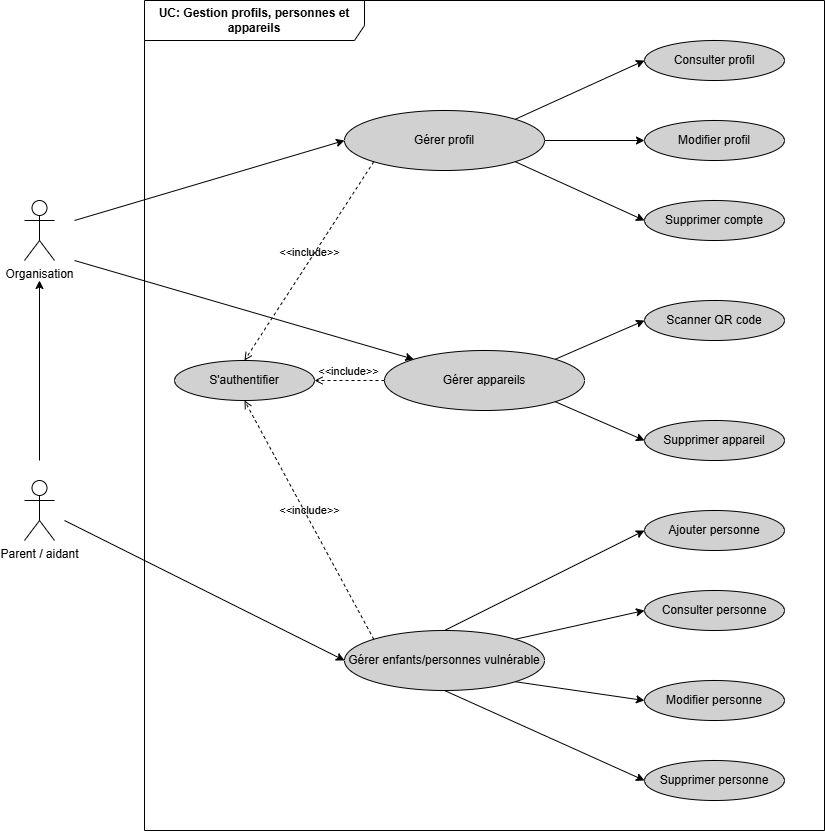
Before: images/UC_sprint2.png, a diagram exported from draw.io (Hadil-fk/SafeTrack-rapport). Source tidied: cells renumbered, new cells last; positions are measured from the earlier drawing's top-left corner, leaving out a move shared by most shapes. The source it was exported from:
```xml
<mxGraphModel>
  <root>
    <mxCell id="0" />
    <mxCell id="1" parent="0" />
    <mxCell id="2" value="Organisation" style="shape=umlActor;verticalLabelPosition=bottom;verticalAlign=top;html=1;" parent="1" vertex="1">
      <mxGeometry y="200" width="30" height="60" as="geometry" />
    </mxCell>
    <mxCell id="3" value="&lt;b&gt;UC: Gestion profils, personnes et appareils&lt;/b&gt;" style="shape=umlFrame;whiteSpace=wrap;html=1;width=220;height=40;" parent="1" vertex="1">
      <mxGeometry x="120" width="680" height="830" as="geometry" />
    </mxCell>
    <mxCell id="4" value="Consulter personne" style="ellipse;whiteSpace=wrap;html=1;fillColor=#D1D1D1;" parent="1" vertex="1">
      <mxGeometry x="620" y="590" width="140" height="40" as="geometry" />
    </mxCell>
    <mxCell id="5" value="Modifier personne" style="ellipse;whiteSpace=wrap;html=1;fillColor=#D1D1D1;" parent="1" vertex="1">
      <mxGeometry x="620" y="680" width="140" height="40" as="geometry" />
    </mxCell>
    <mxCell id="6" value="Supprimer personne" style="ellipse;whiteSpace=wrap;html=1;fillColor=#D1D1D1;" parent="1" vertex="1">
      <mxGeometry x="620" y="760" width="140" height="40" as="geometry" />
    </mxCell>
    <mxCell id="7" value="S'authentifier" style="ellipse;whiteSpace=wrap;html=1;fillColor=#D1D1D1;" parent="1" vertex="1">
      <mxGeometry x="150" y="360" width="140" height="40" as="geometry" />
    </mxCell>
    <mxCell id="8" style="rounded=0;jettySize=auto;html=1;exitX=0.5;exitY=0;exitDx=0;exitDy=0;entryX=0;entryY=0.5;entryDx=0;entryDy=0;" parent="1" edge="1" source="14" target="25">
      <mxGeometry relative="1" as="geometry" />
    </mxCell>
    <mxCell id="9" style="rounded=0;jettySize=auto;html=1;exitX=1;exitY=0;exitDx=0;exitDy=0;entryX=0;entryY=0.5;entryDx=0;entryDy=0;" parent="1" edge="1" source="14" target="4">
      <mxGeometry relative="1" as="geometry" />
    </mxCell>
    <mxCell id="10" style="rounded=0;jettySize=auto;html=1;exitX=1;exitY=1;exitDx=0;exitDy=0;entryX=0;entryY=0.5;entryDx=0;entryDy=0;" parent="1" edge="1" source="14" target="5">
      <mxGeometry relative="1" as="geometry" />
    </mxCell>
    <mxCell id="11" style="rounded=0;jettySize=auto;html=1;exitX=0.5;exitY=1;exitDx=0;exitDy=0;entryX=0;entryY=0.5;entryDx=0;entryDy=0;" parent="1" edge="1" source="14" target="6">
      <mxGeometry relative="1" as="geometry" />
    </mxCell>
    <mxCell id="12" style="rounded=0;jettySize=auto;html=1;exitX=0;exitY=0;exitDx=0;exitDy=0;startArrow=classic;startFill=1;endArrow=none;endFill=0;" parent="1" edge="1" source="22">
      <mxGeometry relative="1" as="geometry">
        <mxPoint x="50" y="260" as="targetPoint" />
      </mxGeometry>
    </mxCell>
    <mxCell id="13" style="rounded=0;jettySize=auto;html=1;exitX=0;exitY=0.5;exitDx=0;exitDy=0;startArrow=classic;startFill=1;endArrow=none;endFill=0;" parent="1" edge="1" source="14">
      <mxGeometry relative="1" as="geometry">
        <mxPoint x="40" y="520" as="targetPoint" />
      </mxGeometry>
    </mxCell>
    <mxCell id="14" value="Gérer enfants/personnes vulnérable" style="ellipse;whiteSpace=wrap;html=1;fillColor=#D1D1D1;" parent="1" vertex="1">
      <mxGeometry x="320" y="630" width="200" height="60" as="geometry" />
    </mxCell>
    <mxCell id="15" style="rounded=0;jettySize=auto;html=1;exitX=1;exitY=0;exitDx=0;exitDy=0;entryX=0;entryY=0.5;entryDx=0;entryDy=0;" parent="1" edge="1" source="19" target="23">
      <mxGeometry relative="1" as="geometry" />
    </mxCell>
    <mxCell id="16" style="rounded=0;jettySize=auto;html=1;exitX=1;exitY=0.5;exitDx=0;exitDy=0;entryX=0;entryY=0.5;entryDx=0;entryDy=0;" parent="1" edge="1" source="19" target="24">
      <mxGeometry relative="1" as="geometry" />
    </mxCell>
    <mxCell id="17" style="rounded=0;jettySize=auto;html=1;exitX=1;exitY=1;exitDx=0;exitDy=0;entryX=0;entryY=0.5;entryDx=0;entryDy=0;" parent="1" edge="1" source="19" target="26">
      <mxGeometry relative="1" as="geometry" />
    </mxCell>
    <mxCell id="18" style="rounded=0;jettySize=auto;html=1;exitX=0;exitY=0.5;exitDx=0;exitDy=0;endArrow=none;endFill=0;startArrow=classic;startFill=1;" parent="1" edge="1" source="19">
      <mxGeometry relative="1" as="geometry">
        <mxPoint x="50" y="220" as="targetPoint" />
      </mxGeometry>
    </mxCell>
    <mxCell id="19" value="Gérer profil" style="ellipse;whiteSpace=wrap;html=1;fillColor=#D1D1D1;" parent="1" vertex="1">
      <mxGeometry x="320" y="110" width="200" height="60" as="geometry" />
    </mxCell>
    <mxCell id="20" style="rounded=0;jettySize=auto;html=1;exitX=1;exitY=0;exitDx=0;exitDy=0;entryX=0;entryY=0.5;entryDx=0;entryDy=0;" parent="1" edge="1" source="22" target="27">
      <mxGeometry relative="1" as="geometry" />
    </mxCell>
    <mxCell id="21" style="rounded=0;jettySize=auto;html=1;exitX=1;exitY=1;exitDx=0;exitDy=0;entryX=0;entryY=0.5;entryDx=0;entryDy=0;" parent="1" edge="1" source="22" target="28">
      <mxGeometry relative="1" as="geometry" />
    </mxCell>
    <mxCell id="22" value="Gérer appareils" style="ellipse;whiteSpace=wrap;html=1;fillColor=#D1D1D1;" parent="1" vertex="1">
      <mxGeometry x="360" y="350" width="200" height="60" as="geometry" />
    </mxCell>
    <mxCell id="23" value="Consulter profil" style="ellipse;whiteSpace=wrap;html=1;fillColor=#D1D1D1;" parent="1" vertex="1">
      <mxGeometry x="620" y="40" width="140" height="40" as="geometry" />
    </mxCell>
    <mxCell id="24" value="Modifier profil" style="ellipse;whiteSpace=wrap;html=1;fillColor=#D1D1D1;" parent="1" vertex="1">
      <mxGeometry x="620" y="120" width="140" height="40" as="geometry" />
    </mxCell>
    <mxCell id="25" value="Ajouter personne" style="ellipse;whiteSpace=wrap;html=1;fillColor=#D1D1D1;" parent="1" vertex="1">
      <mxGeometry x="620" y="510" width="140" height="40" as="geometry" />
    </mxCell>
    <mxCell id="26" value="Supprimer compte" style="ellipse;whiteSpace=wrap;html=1;fillColor=#D1D1D1;" parent="1" vertex="1">
      <mxGeometry x="620" y="200" width="140" height="40" as="geometry" />
    </mxCell>
    <mxCell id="27" value="Scanner QR code" style="ellipse;whiteSpace=wrap;html=1;fillColor=#D1D1D1;" parent="1" vertex="1">
      <mxGeometry x="620" y="300" width="140" height="40" as="geometry" />
    </mxCell>
    <mxCell id="28" value="Supprimer appareil" style="ellipse;whiteSpace=wrap;html=1;fillColor=#D1D1D1;" parent="1" vertex="1">
      <mxGeometry x="620" y="420" width="140" height="40" as="geometry" />
    </mxCell>
    <mxCell id="29" value="&amp;lt;&amp;lt;include&amp;gt;&amp;gt;" style="html=1;verticalAlign=bottom;labelBackgroundColor=none;endArrow=open;endFill=0;dashed=1;rounded=0;exitX=0;exitY=1;exitDx=0;exitDy=0;entryX=0.5;entryY=0;entryDx=0;entryDy=0;" parent="1" edge="1" source="19" target="7">
      <mxGeometry relative="1" as="geometry" />
    </mxCell>
    <mxCell id="30" value="&amp;lt;&amp;lt;include&amp;gt;&amp;gt;" style="html=1;verticalAlign=bottom;labelBackgroundColor=none;endArrow=open;endFill=0;dashed=1;rounded=0;entryX=1;entryY=0.5;entryDx=0;entryDy=0;" parent="1" edge="1" target="7">
      <mxGeometry relative="1" as="geometry">
        <mxPoint x="360" y="380" as="sourcePoint" />
      </mxGeometry>
    </mxCell>
    <mxCell id="31" value="&amp;lt;&amp;lt;include&amp;gt;&amp;gt;" style="html=1;verticalAlign=bottom;labelBackgroundColor=none;endArrow=open;endFill=0;dashed=1;rounded=0;exitX=0;exitY=0;exitDx=0;exitDy=0;entryX=0.5;entryY=1;entryDx=0;entryDy=0;" parent="1" edge="1" source="14" target="7">
      <mxGeometry relative="1" as="geometry" />
    </mxCell>
    <mxCell id="32" style="edgeStyle=orthogonalEdgeStyle;rounded=0;orthogonalLoop=1;jettySize=auto;html=1;" parent="1" edge="1">
      <mxGeometry relative="1" as="geometry">
        <mxPoint x="15" y="460" as="sourcePoint" />
        <mxPoint x="15" y="280" as="targetPoint" />
      </mxGeometry>
    </mxCell>
    <mxCell id="33" value="Parent / aidant" style="shape=umlActor;verticalLabelPosition=bottom;verticalAlign=top;html=1;" parent="1" vertex="1">
      <mxGeometry y="480" width="30" height="60" as="geometry" />
    </mxCell>
  </root>
</mxGraphModel>
```
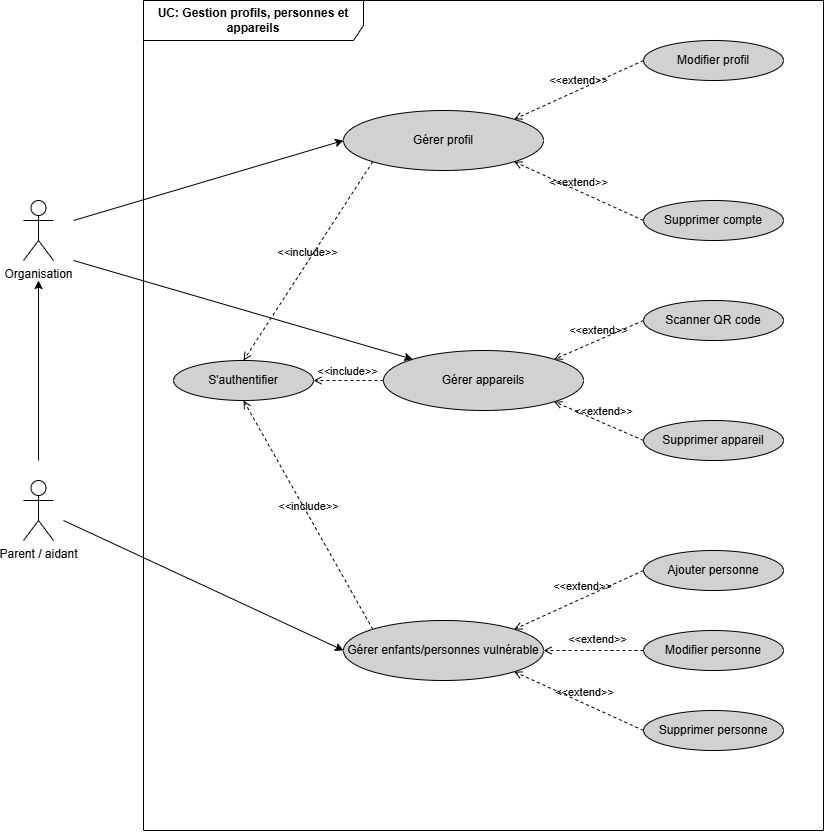
After the commit.

Change to the diagram source:
```diff
@@ -8,77 +8,44 @@
     <mxCell id="3" value="&lt;b&gt;UC: Gestion profils, personnes et appareils&lt;/b&gt;" style="shape=umlFrame;whiteSpace=wrap;html=1;width=220;height=40;" parent="1" vertex="1">
       <mxGeometry x="120" width="680" height="830" as="geometry" />
     </mxCell>
-    <mxCell id="4" value="Consulter personne" style="ellipse;whiteSpace=wrap;html=1;fillColor=#D1D1D1;" parent="1" vertex="1">
-      <mxGeometry x="620" y="590" width="140" height="40" as="geometry" />
-    </mxCell>
     <mxCell id="5" value="Modifier personne" style="ellipse;whiteSpace=wrap;html=1;fillColor=#D1D1D1;" parent="1" vertex="1">
-      <mxGeometry x="620" y="680" width="140" height="40" as="geometry" />
+      <mxGeometry x="620" y="630" width="140" height="40" as="geometry" />
     </mxCell>
     <mxCell id="6" value="Supprimer personne" style="ellipse;whiteSpace=wrap;html=1;fillColor=#D1D1D1;" parent="1" vertex="1">
-      <mxGeometry x="620" y="760" width="140" height="40" as="geometry" />
+      <mxGeometry x="620" y="710" width="140" height="40" as="geometry" />
     </mxCell>
     <mxCell id="7" value="S'authentifier" style="ellipse;whiteSpace=wrap;html=1;fillColor=#D1D1D1;" parent="1" vertex="1">
       <mxGeometry x="150" y="360" width="140" height="40" as="geometry" />
     </mxCell>
-    <mxCell id="8" style="rounded=0;jettySize=auto;html=1;exitX=0.5;exitY=0;exitDx=0;exitDy=0;entryX=0;entryY=0.5;entryDx=0;entryDy=0;" parent="1" edge="1" source="14" target="25">
-      <mxGeometry relative="1" as="geometry" />
-    </mxCell>
-    <mxCell id="9" style="rounded=0;jettySize=auto;html=1;exitX=1;exitY=0;exitDx=0;exitDy=0;entryX=0;entryY=0.5;entryDx=0;entryDy=0;" parent="1" edge="1" source="14" target="4">
-      <mxGeometry relative="1" as="geometry" />
-    </mxCell>
-    <mxCell id="10" style="rounded=0;jettySize=auto;html=1;exitX=1;exitY=1;exitDx=0;exitDy=0;entryX=0;entryY=0.5;entryDx=0;entryDy=0;" parent="1" edge="1" source="14" target="5">
-      <mxGeometry relative="1" as="geometry" />
-    </mxCell>
-    <mxCell id="11" style="rounded=0;jettySize=auto;html=1;exitX=0.5;exitY=1;exitDx=0;exitDy=0;entryX=0;entryY=0.5;entryDx=0;entryDy=0;" parent="1" edge="1" source="14" target="6">
-      <mxGeometry relative="1" as="geometry" />
-    </mxCell>
-    <mxCell id="12" style="rounded=0;jettySize=auto;html=1;exitX=0;exitY=0;exitDx=0;exitDy=0;startArrow=classic;startFill=1;endArrow=none;endFill=0;" parent="1" edge="1" source="22">
-      <mxGeometry relative="1" as="geometry">
-        <mxPoint x="50" y="260" as="targetPoint" />
-      </mxGeometry>
-    </mxCell>
-    <mxCell id="13" style="rounded=0;jettySize=auto;html=1;exitX=0;exitY=0.5;exitDx=0;exitDy=0;startArrow=classic;startFill=1;endArrow=none;endFill=0;" parent="1" edge="1" source="14">
-      <mxGeometry relative="1" as="geometry">
-        <mxPoint x="40" y="520" as="targetPoint" />
-      </mxGeometry>
-    </mxCell>
+    <mxCell id="34" style="rounded=0;jettySize=auto;html=1;exitX=0;exitY=0;exitDx=0;exitDy=0;startArrow=classic;startFill=1;endArrow=none;endFill=0;" parent="1" edge="1" source="22">
+      <mxGeometry relative="1" as="geometry">
+        <mxPoint x="50" y="260" as="targetPoint" />
+      </mxGeometry>
+    </mxCell>
+    <mxCell id="35" style="rounded=0;jettySize=auto;html=1;exitX=0;exitY=0.5;exitDx=0;exitDy=0;startArrow=classic;startFill=1;endArrow=none;endFill=0;" parent="1" edge="1" source="14">
+      <mxGeometry relative="1" as="geometry">
+        <mxPoint x="40" y="520" as="targetPoint" />
+      </mxGeometry>
+    </mxCell>
     <mxCell id="14" value="Gérer enfants/personnes vulnérable" style="ellipse;whiteSpace=wrap;html=1;fillColor=#D1D1D1;" parent="1" vertex="1">
-      <mxGeometry x="320" y="630" width="200" height="60" as="geometry" />
+      <mxGeometry x="320" y="620" width="200" height="60" as="geometry" />
     </mxCell>
-    <mxCell id="15" style="rounded=0;jettySize=auto;html=1;exitX=1;exitY=0;exitDx=0;exitDy=0;entryX=0;entryY=0.5;entryDx=0;entryDy=0;" parent="1" edge="1" source="19" target="23">
-      <mxGeometry relative="1" as="geometry" />
-    </mxCell>
-    <mxCell id="16" style="rounded=0;jettySize=auto;html=1;exitX=1;exitY=0.5;exitDx=0;exitDy=0;entryX=0;entryY=0.5;entryDx=0;entryDy=0;" parent="1" edge="1" source="19" target="24">
-      <mxGeometry relative="1" as="geometry" />
-    </mxCell>
-    <mxCell id="17" style="rounded=0;jettySize=auto;html=1;exitX=1;exitY=1;exitDx=0;exitDy=0;entryX=0;entryY=0.5;entryDx=0;entryDy=0;" parent="1" edge="1" source="19" target="26">
-      <mxGeometry relative="1" as="geometry" />
-    </mxCell>
-    <mxCell id="18" style="rounded=0;jettySize=auto;html=1;exitX=0;exitY=0.5;exitDx=0;exitDy=0;endArrow=none;endFill=0;startArrow=classic;startFill=1;" parent="1" edge="1" source="19">
-      <mxGeometry relative="1" as="geometry">
-        <mxPoint x="50" y="220" as="targetPoint" />
-      </mxGeometry>
-    </mxCell>
+    <mxCell id="36" style="rounded=0;jettySize=auto;html=1;exitX=0;exitY=0.5;exitDx=0;exitDy=0;endArrow=none;endFill=0;startArrow=classic;startFill=1;" parent="1" edge="1" source="19">
+      <mxGeometry relative="1" as="geometry">
+        <mxPoint x="50" y="220" as="targetPoint" />
+      </mxGeometry>
+    </mxCell>
     <mxCell id="19" value="Gérer profil" style="ellipse;whiteSpace=wrap;html=1;fillColor=#D1D1D1;" parent="1" vertex="1">
       <mxGeometry x="320" y="110" width="200" height="60" as="geometry" />
     </mxCell>
-    <mxCell id="20" style="rounded=0;jettySize=auto;html=1;exitX=1;exitY=0;exitDx=0;exitDy=0;entryX=0;entryY=0.5;entryDx=0;entryDy=0;" parent="1" edge="1" source="22" target="27">
-      <mxGeometry relative="1" as="geometry" />
-    </mxCell>
-    <mxCell id="21" style="rounded=0;jettySize=auto;html=1;exitX=1;exitY=1;exitDx=0;exitDy=0;entryX=0;entryY=0.5;entryDx=0;entryDy=0;" parent="1" edge="1" source="22" target="28">
-      <mxGeometry relative="1" as="geometry" />
-    </mxCell>
     <mxCell id="22" value="Gérer appareils" style="ellipse;whiteSpace=wrap;html=1;fillColor=#D1D1D1;" parent="1" vertex="1">
       <mxGeometry x="360" y="350" width="200" height="60" as="geometry" />
     </mxCell>
-    <mxCell id="23" value="Consulter profil" style="ellipse;whiteSpace=wrap;html=1;fillColor=#D1D1D1;" parent="1" vertex="1">
-      <mxGeometry x="620" y="40" width="140" height="40" as="geometry" />
-    </mxCell>
     <mxCell id="24" value="Modifier profil" style="ellipse;whiteSpace=wrap;html=1;fillColor=#D1D1D1;" parent="1" vertex="1">
-      <mxGeometry x="620" y="120" width="140" height="40" as="geometry" />
+      <mxGeometry x="620" y="40" width="140" height="40" as="geometry" />
     </mxCell>
     <mxCell id="25" value="Ajouter personne" style="ellipse;whiteSpace=wrap;html=1;fillColor=#D1D1D1;" parent="1" vertex="1">
-      <mxGeometry x="620" y="510" width="140" height="40" as="geometry" />
+      <mxGeometry x="620" y="550" width="140" height="40" as="geometry" />
     </mxCell>
     <mxCell id="26" value="Supprimer compte" style="ellipse;whiteSpace=wrap;html=1;fillColor=#D1D1D1;" parent="1" vertex="1">
       <mxGeometry x="620" y="200" width="140" height="40" as="geometry" />
@@ -100,14 +67,37 @@
     <mxCell id="31" value="&amp;lt;&amp;lt;include&amp;gt;&amp;gt;" style="html=1;verticalAlign=bottom;labelBackgroundColor=none;endArrow=open;endFill=0;dashed=1;rounded=0;exitX=0;exitY=0;exitDx=0;exitDy=0;entryX=0.5;entryY=1;entryDx=0;entryDy=0;" parent="1" edge="1" source="14" target="7">
       <mxGeometry relative="1" as="geometry" />
     </mxCell>
-    <mxCell id="32" style="edgeStyle=orthogonalEdgeStyle;rounded=0;orthogonalLoop=1;jettySize=auto;html=1;" parent="1" edge="1">
-      <mxGeometry relative="1" as="geometry">
-        <mxPoint x="15" y="460" as="sourcePoint" />
-        <mxPoint x="15" y="280" as="targetPoint" />
-      </mxGeometry>
-    </mxCell>
+    <mxCell id="37" style="edgeStyle=orthogonalEdgeStyle;rounded=0;orthogonalLoop=1;jettySize=auto;html=1;" parent="1" edge="1">
+      <mxGeometry relative="1" as="geometry">
+        <mxPoint x="15" y="460" as="sourcePoint" />
+        <mxPoint x="15" y="280" as="targetPoint" />
+      </mxGeometry>
+    </mxCell>
     <mxCell id="33" value="Parent / aidant" style="shape=umlActor;verticalLabelPosition=bottom;verticalAlign=top;html=1;" parent="1" vertex="1">
       <mxGeometry y="480" width="30" height="60" as="geometry" />
     </mxCell>
+    <mxCell id="38" value="&amp;lt;&amp;lt;extend&amp;gt;&amp;gt;" style="html=1;verticalAlign=bottom;labelBackgroundColor=none;endArrow=open;endFill=0;dashed=1;rounded=0;entryX=1;entryY=0;entryDx=0;entryDy=0;exitX=0;exitY=0.5;exitDx=0;exitDy=0;" parent="1" edge="1" target="19">
+      <mxGeometry relative="1" as="geometry">
+        <mxPoint x="620" y="60" as="sourcePoint" />
+      </mxGeometry>
+    </mxCell>
+    <mxCell id="39" value="&amp;lt;&amp;lt;extend&amp;gt;&amp;gt;" style="html=1;verticalAlign=bottom;labelBackgroundColor=none;endArrow=open;endFill=0;dashed=1;rounded=0;entryX=1;entryY=1;entryDx=0;entryDy=0;exitX=0;exitY=0.5;exitDx=0;exitDy=0;" parent="1" edge="1" source="26" target="19">
+      <mxGeometry relative="1" as="geometry" />
+    </mxCell>
+    <mxCell id="40" value="&amp;lt;&amp;lt;extend&amp;gt;&amp;gt;" style="html=1;verticalAlign=bottom;labelBackgroundColor=none;endArrow=open;endFill=0;dashed=1;rounded=0;entryX=1;entryY=1;entryDx=0;entryDy=0;exitX=0;exitY=0.5;exitDx=0;exitDy=0;" parent="1" edge="1" source="28" target="22">
+      <mxGeometry x="-0.08" y="-2" relative="1" as="geometry" />
+    </mxCell>
+    <mxCell id="41" value="&amp;lt;&amp;lt;extend&amp;gt;&amp;gt;" style="html=1;verticalAlign=bottom;labelBackgroundColor=none;endArrow=open;endFill=0;dashed=1;rounded=0;entryX=1;entryY=0;entryDx=0;entryDy=0;exitX=0;exitY=0.5;exitDx=0;exitDy=0;" parent="1" edge="1" source="27" target="22">
+      <mxGeometry relative="1" as="geometry" />
+    </mxCell>
+    <mxCell id="42" value="&amp;lt;&amp;lt;extend&amp;gt;&amp;gt;" style="html=1;verticalAlign=bottom;labelBackgroundColor=none;endArrow=open;endFill=0;dashed=1;rounded=0;entryX=1;entryY=0;entryDx=0;entryDy=0;exitX=0;exitY=0.5;exitDx=0;exitDy=0;" parent="1" edge="1" source="25" target="14">
+      <mxGeometry x="-0.08" y="-2" relative="1" as="geometry" />
+    </mxCell>
+    <mxCell id="43" value="&amp;lt;&amp;lt;extend&amp;gt;&amp;gt;" style="html=1;verticalAlign=bottom;labelBackgroundColor=none;endArrow=open;endFill=0;dashed=1;rounded=0;entryX=1;entryY=0.5;entryDx=0;entryDy=0;exitX=0;exitY=0.5;exitDx=0;exitDy=0;" parent="1" edge="1" source="5" target="14">
+      <mxGeometry x="-0.08" y="-2" relative="1" as="geometry" />
+    </mxCell>
+    <mxCell id="44" value="&amp;lt;&amp;lt;extend&amp;gt;&amp;gt;" style="html=1;verticalAlign=bottom;labelBackgroundColor=none;endArrow=open;endFill=0;dashed=1;rounded=0;entryX=1;entryY=1;entryDx=0;entryDy=0;exitX=0;exitY=0.5;exitDx=0;exitDy=0;" parent="1" edge="1" source="6" target="14">
+      <mxGeometry x="-0.08" y="-2" relative="1" as="geometry" />
+    </mxCell>
   </root>
 </mxGraphModel>
```
